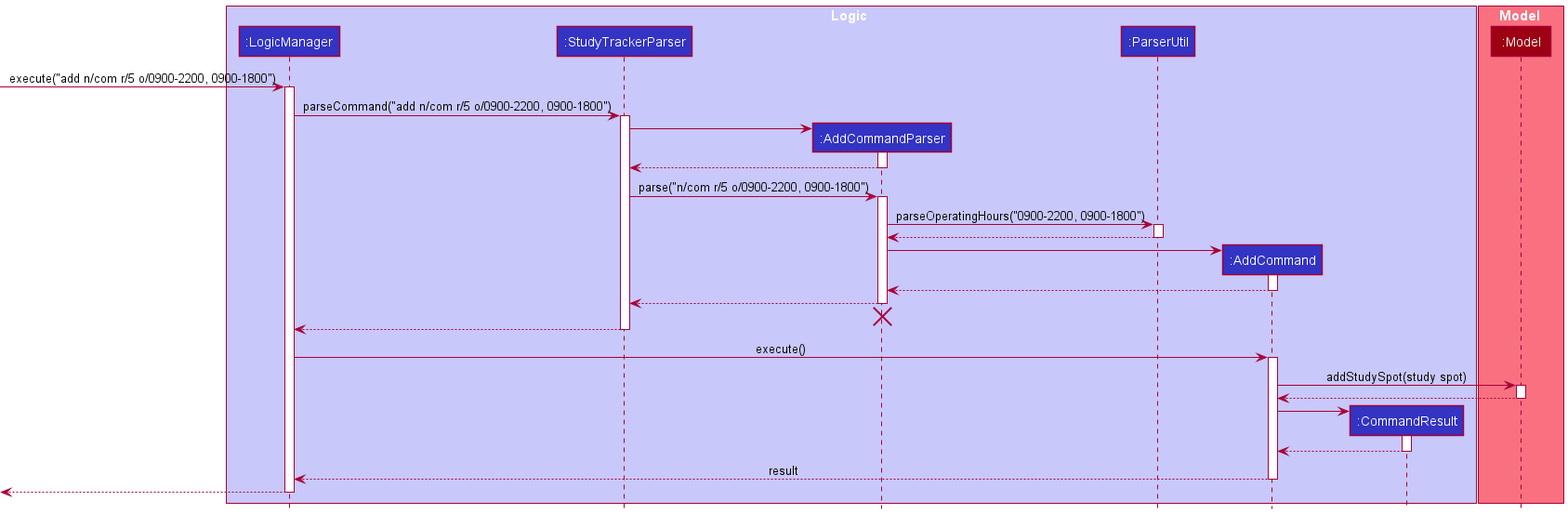
Above: docs/images/AddOperatingHoursSequenceDiagram.png in ruoyann/tp (PlantUML), before the change.
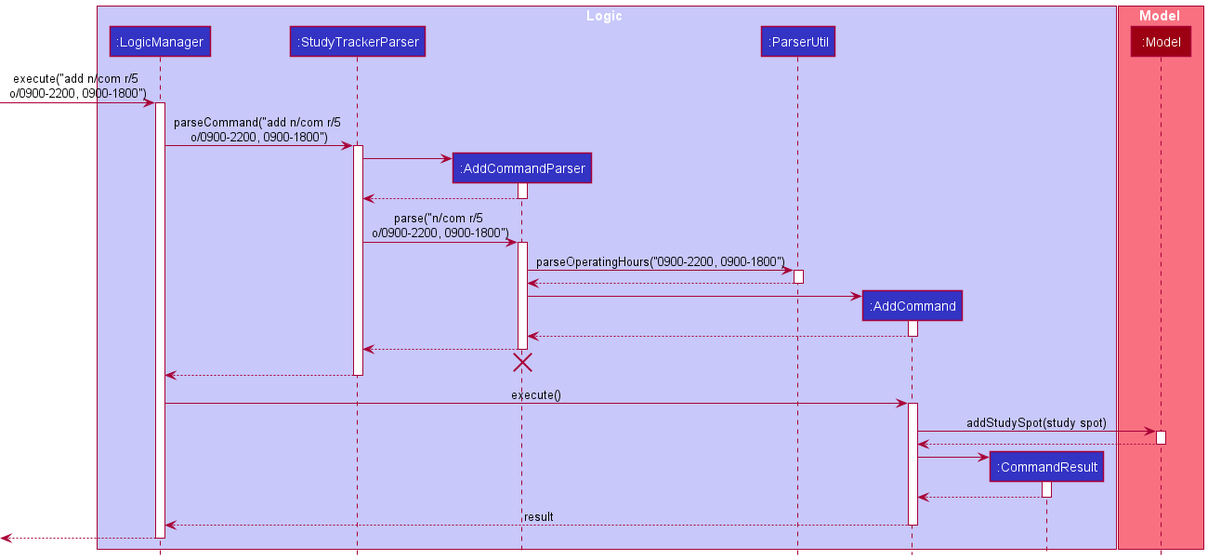
The same diagram one commit later.

What changed in the source:
```diff
@@ -14,10 +14,10 @@
 participant ":Model" as Model MODEL_COLOR
 end box
 
-[-> LogicManager : execute("add n/com r/5 o/0900-2200, 0900-1800")
+[-> LogicManager : execute("add n/com r/5 \no/0900-2200, 0900-1800")
 activate LogicManager
 
-LogicManager -> StudyTrackerParser : parseCommand("add n/com r/5 o/0900-2200, 0900-1800")
+LogicManager -> StudyTrackerParser : parseCommand("add n/com r/5 \no/0900-2200, 0900-1800")
 activate StudyTrackerParser
 
 create AddCommandParser
@@ -27,7 +27,7 @@
 AddCommandParser --> StudyTrackerParser
 deactivate AddCommandParser
 
-StudyTrackerParser -> AddCommandParser : parse("n/com r/5 o/0900-2200, 0900-1800")
+StudyTrackerParser -> AddCommandParser : parse("n/com r/5 \no/0900-2200, 0900-1800")
 activate AddCommandParser
 
 AddCommandParser -> ParserUtil : parseOperatingHours("0900-2200, 0900-1800")
```
